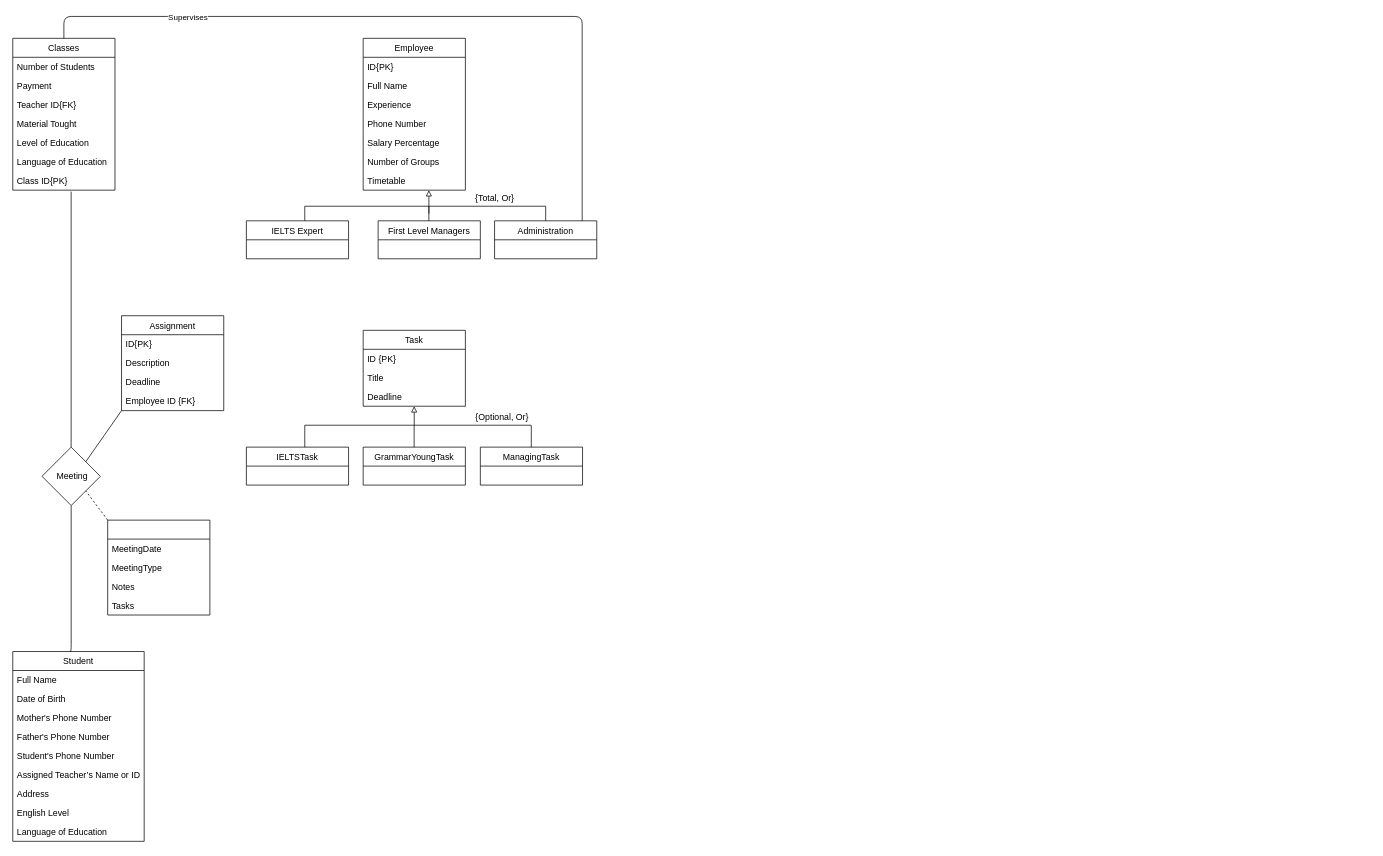
This is Untitled Diagram.drawio from Musharrafbegim/WSEEmailSubs, a draw.io file, before an edit. Source tidied: cells renumbered, new cells numbered last; positions are measured from the earlier drawing's top-left corner, leaving out a move shared by most shapes. Both pictures are drawn from the tidied source at 73%, with x=0, y=0 at pixel (12, 16).
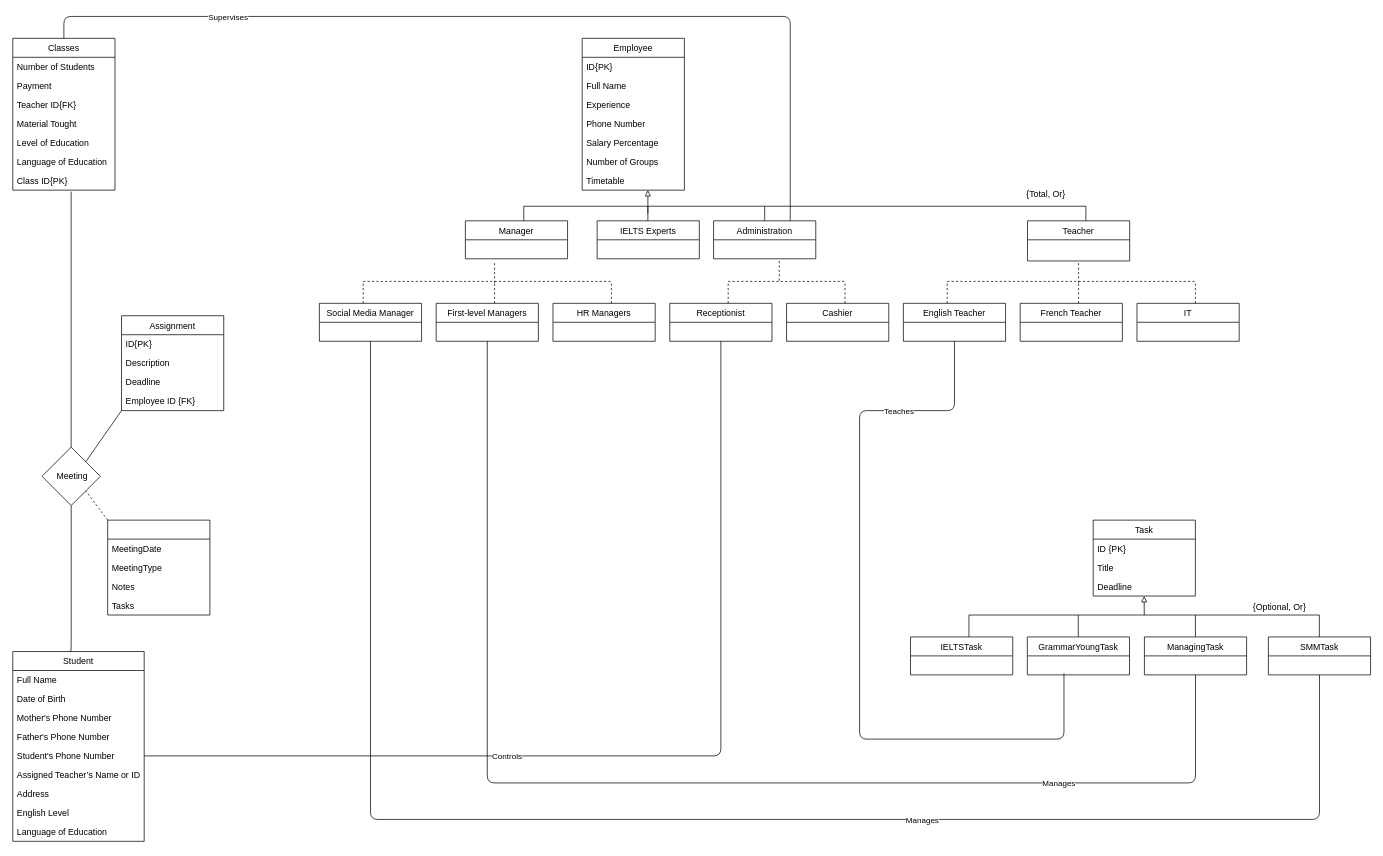
The same diagram, later.

Unchanged cells that the change refers to:
```xml
<mxCell id="7" value="Student's Phone Number" style="text;strokeColor=none;fillColor=none;align=left;verticalAlign=top;spacingLeft=4;spacingRight=4;overflow=hidden;points=[[0,0.5],[1,0.5]];portConstraint=eastwest;" parent="2" vertex="1">
  <mxGeometry y="130" width="180" height="26" as="geometry" />
</mxCell>
<mxCell id="41" value="Classes" style="swimlane;fontStyle=0;horizontal=1;startSize=26;fillColor=none;" parent="1" vertex="1">
  <mxGeometry y="30" width="140" height="208" as="geometry" />
</mxCell>
```

The edit, as a diff of the source:
```diff
@@
     <mxCell id="12" value="IELTSTask" style="swimlane;fontStyle=0;horizontal=1;startSize=26;fillColor=none;" parent="1" vertex="1">
-      <mxGeometry x="320" y="590" width="140" height="52" as="geometry" />
+      <mxGeometry x="1229.8" y="850" width="140" height="52" as="geometry" />
     </mxCell>
     <mxCell id="13" value="GrammarYoungTask" style="swimlane;fontStyle=0;horizontal=1;startSize=26;fillColor=none;" parent="1" vertex="1">
-      <mxGeometry x="480" y="590" width="140" height="52" as="geometry" />
+      <mxGeometry x="1389.8" y="850" width="140" height="52" as="geometry" />
     </mxCell>
     <mxCell id="14" value="ManagingTask" style="swimlane;fontStyle=0;horizontal=1;startSize=26;fillColor=none;" parent="1" vertex="1">
-      <mxGeometry x="640.5" y="590" width="140" height="52" as="geometry" />
+      <mxGeometry x="1550.2" y="850" width="140" height="52" as="geometry" />
     </mxCell>
     <mxCell id="15" value="Task" style="swimlane;fontStyle=0;horizontal=1;startSize=26;fillColor=none;" parent="1" vertex="1">
-      <mxGeometry x="480" y="430" width="140" height="104" as="geometry" />
+      <mxGeometry x="1480" y="690" width="140" height="104" as="geometry" />
     </mxCell>
@@
     <mxCell id="19" value="Employee" style="swimlane;fontStyle=0;horizontal=1;startSize=26;fillColor=none;" parent="1" vertex="1">
-      <mxGeometry x="480" y="30" width="140" height="208" as="geometry" />
+      <mxGeometry x="780" y="30" width="140" height="208" as="geometry" />
     </mxCell>
@@
-    <mxCell id="27" value="IELTS Expert" style="swimlane;fontStyle=0;horizontal=1;startSize=26;fillColor=none;" parent="1" vertex="1">
-      <mxGeometry x="320" y="280" width="140" height="52" as="geometry" />
+    <mxCell id="27" value="Manager" style="swimlane;fontStyle=0;horizontal=1;startSize=26;fillColor=none;" parent="1" vertex="1">
+      <mxGeometry x="620" y="280" width="140" height="52" as="geometry" />
     </mxCell>
     <mxCell id="28" value="Administration" style="swimlane;fontStyle=0;horizontal=1;startSize=26;fillColor=none;" parent="1" vertex="1">
-      <mxGeometry x="660" y="280" width="140" height="52" as="geometry" />
+      <mxGeometry x="960" y="280" width="140" height="52" as="geometry" />
     </mxCell>
-    <mxCell id="29" value="First Level Managers" style="swimlane;fontStyle=0;horizontal=1;startSize=26;fillColor=none;" parent="1" vertex="1">
-      <mxGeometry x="500.5" y="280" width="140" height="52" as="geometry" />
+    <mxCell id="29" value="IELTS Experts" style="swimlane;fontStyle=0;horizontal=1;startSize=26;fillColor=none;" parent="1" vertex="1">
+      <mxGeometry x="800.5" y="280" width="140" height="52" as="geometry" />
     </mxCell>
@@
-    <mxCell id="39" style="edgeStyle=orthogonalEdgeStyle;jettySize=auto;html=1;endArrow=none;endFill=0;" parent="1" edge="1" source="41">
+    <mxCell id="39" style="edgeStyle=orthogonalEdgeStyle;jettySize=auto;html=1;endArrow=none;endFill=0;entryX=0.75;entryY=0;entryDx=0;entryDy=0;" parent="1" edge="1" source="41" target="28">
       <mxGeometry relative="1" as="geometry">
-        <mxPoint x="780" y="280" as="targetPoint" />
         <Array as="points">
           <mxPoint x="70" />
-          <mxPoint x="780" />
+          <mxPoint x="1065" />
         </Array>
       </mxGeometry>
     </mxCell>
@@
     <mxCell id="55" style="endArrow=none;html=1;" parent="1" edge="1">
       <mxGeometry relative="1" as="geometry">
-        <mxPoint x="400" y="560" as="sourcePoint" />
-        <mxPoint x="710" y="560" as="targetPoint" />
+        <mxPoint x="1309.8" y="820" as="sourcePoint" />
+        <mxPoint x="1790" y="820" as="targetPoint" />
       </mxGeometry>
     </mxCell>
     <mxCell id="56" style="endArrow=none;html=1;" parent="1" edge="1">
       <mxGeometry relative="1" as="geometry">
-        <mxPoint x="400" y="590" as="sourcePoint" />
-        <mxPoint x="400" y="560" as="targetPoint" />
+        <mxPoint x="1309.8" y="850" as="sourcePoint" />
+        <mxPoint x="1309.8" y="820" as="targetPoint" />
       </mxGeometry>
     </mxCell>
     <mxCell id="57" style="endArrow=none;html=1;" parent="1" edge="1">
       <mxGeometry relative="1" as="geometry">
-        <mxPoint x="549.8" y="590" as="sourcePoint" />
-        <mxPoint x="549.8" y="560" as="targetPoint" />
+        <mxPoint x="1459.6" y="850" as="sourcePoint" />
+        <mxPoint x="1459.6" y="820" as="targetPoint" />
       </mxGeometry>
     </mxCell>
     <mxCell id="58" style="endArrow=none;html=1;" parent="1" edge="1">
       <mxGeometry relative="1" as="geometry">
-        <mxPoint x="710.3" y="590" as="sourcePoint" />
-        <mxPoint x="710.3" y="560" as="targetPoint" />
+        <mxPoint x="1620.1" y="850" as="sourcePoint" />
+        <mxPoint x="1620.1" y="820" as="targetPoint" />
       </mxGeometry>
     </mxCell>
     <mxCell id="59" style="endArrow=block;html=1;endFill=0;" parent="1" edge="1">
       <mxGeometry relative="1" as="geometry">
-        <mxPoint x="550" y="560" as="sourcePoint" />
-        <mxPoint x="549.8" y="534" as="targetPoint" />
+        <mxPoint x="1550" y="820" as="sourcePoint" />
+        <mxPoint x="1549.8" y="794" as="targetPoint" />
       </mxGeometry>
     </mxCell>
     <mxCell id="60" value="{Optional, Or}" style="text;html=1;align=center;verticalAlign=middle;strokeColor=none;fillColor=none;" parent="1" vertex="1">
-      <mxGeometry x="625" y="540" width="90" height="20" as="geometry" />
+      <mxGeometry x="1690.2" y="800" width="90" height="20" as="geometry" />
     </mxCell>
     <mxCell id="61" style="endArrow=none;html=1;" parent="1" edge="1">
       <mxGeometry relative="1" as="geometry">
-        <mxPoint x="400" y="260" as="sourcePoint" />
-        <mxPoint x="730" y="260" as="targetPoint" />
+        <mxPoint x="700" y="260" as="sourcePoint" />
+        <mxPoint x="1470" y="260" as="targetPoint" />
       </mxGeometry>
     </mxCell>
     <mxCell id="62" style="endArrow=none;html=1;" parent="1" edge="1">
       <mxGeometry relative="1" as="geometry">
-        <mxPoint x="400" y="280" as="sourcePoint" />
-        <mxPoint x="400" y="260" as="targetPoint" />
+        <mxPoint x="700" y="280" as="sourcePoint" />
+        <mxPoint x="700" y="260" as="targetPoint" />
       </mxGeometry>
     </mxCell>
     <mxCell id="63" style="endArrow=none;html=1;" parent="1" edge="1">
       <mxGeometry relative="1" as="geometry">
-        <mxPoint x="570" y="280" as="sourcePoint" />
-        <mxPoint x="570" y="260" as="targetPoint" />
+        <mxPoint x="870" y="280" as="sourcePoint" />
+        <mxPoint x="870" y="260" as="targetPoint" />
       </mxGeometry>
     </mxCell>
     <mxCell id="64" style="endArrow=none;html=1;" parent="1" edge="1">
       <mxGeometry relative="1" as="geometry">
-        <mxPoint x="730" y="280" as="sourcePoint" />
-        <mxPoint x="730" y="260" as="targetPoint" />
+        <mxPoint x="1030" y="280" as="sourcePoint" />
+        <mxPoint x="1030" y="260" as="targetPoint" />
       </mxGeometry>
     </mxCell>
     <mxCell id="65" style="endArrow=block;html=1;endFill=0;" parent="1" edge="1">
       <mxGeometry relative="1" as="geometry">
-        <mxPoint x="570" y="270" as="sourcePoint" />
-        <mxPoint x="570" y="238" as="targetPoint" />
+        <mxPoint x="870" y="270" as="sourcePoint" />
+        <mxPoint x="870" y="238" as="targetPoint" />
       </mxGeometry>
     </mxCell>
     <mxCell id="66" value="{Total, Or}" style="text;html=1;align=center;verticalAlign=middle;strokeColor=none;fillColor=none;" parent="1" vertex="1">
-      <mxGeometry x="625" y="240" width="70" height="20" as="geometry" />
+      <mxGeometry x="1380" y="234" width="70" height="20" as="geometry" />
     </mxCell>
+    <mxCell id="67" value="Teacher" style="swimlane;fontStyle=0;horizontal=1;startSize=26;fillColor=none;" parent="1" vertex="1">
+      <mxGeometry x="1390" y="280" width="140" height="55" as="geometry" />
+    </mxCell>
+    <mxCell id="68" value="Social Media Manager" style="swimlane;fontStyle=0;horizontal=1;startSize=26;fillColor=none;" parent="1" vertex="1">
+      <mxGeometry x="420" y="393" width="140" height="52" as="geometry" />
+    </mxCell>
+    <mxCell id="69" style="edgeStyle=orthogonalEdgeStyle;curved=0;rounded=1;sketch=0;jettySize=auto;html=1;entryX=0.5;entryY=1;entryDx=0;entryDy=0;endArrow=none;endFill=0;" parent="1" edge="1" source="71" target="14">
+      <mxGeometry relative="1" as="geometry">
+        <Array as="points">
+          <mxPoint x="650" y="1050" />
+          <mxPoint x="1620" y="1050" />
+        </Array>
+      </mxGeometry>
+    </mxCell>
+    <mxCell id="70" value="Manages" style="edgeLabel;html=1;align=center;verticalAlign=middle;" parent="69" vertex="1">
+      <mxGeometry x="0.61" relative="1" as="geometry" />
+    </mxCell>
+    <mxCell id="71" value="First-level Managers" style="swimlane;fontStyle=0;horizontal=1;startSize=26;fillColor=none;" parent="1" vertex="1">
+      <mxGeometry x="580" y="393" width="140" height="52" as="geometry" />
+    </mxCell>
+    <mxCell id="72" value="HR Managers" style="swimlane;fontStyle=0;horizontal=1;startSize=26;fillColor=none;" parent="1" vertex="1">
+      <mxGeometry x="740" y="393" width="140" height="52" as="geometry" />
+    </mxCell>
+    <mxCell id="73" style="endArrow=none;dashed=1;html=1;" parent="1" edge="1">
+      <mxGeometry relative="1" as="geometry">
+        <mxPoint x="480" y="363" as="sourcePoint" />
+        <mxPoint x="820" y="363" as="targetPoint" />
+      </mxGeometry>
+    </mxCell>
+    <mxCell id="74" style="endArrow=none;dashed=1;html=1;" parent="1" edge="1">
+      <mxGeometry relative="1" as="geometry">
+        <mxPoint x="480" y="393" as="sourcePoint" />
+        <mxPoint x="480" y="363" as="targetPoint" />
+      </mxGeometry>
+    </mxCell>
+    <mxCell id="75" style="endArrow=none;dashed=1;html=1;" parent="1" edge="1">
+      <mxGeometry relative="1" as="geometry">
+        <mxPoint x="660" y="393" as="sourcePoint" />
+        <mxPoint x="660" y="363" as="targetPoint" />
+      </mxGeometry>
+    </mxCell>
+    <mxCell id="76" style="endArrow=none;dashed=1;html=1;" parent="1" edge="1">
+      <mxGeometry relative="1" as="geometry">
+        <mxPoint x="820" y="393" as="sourcePoint" />
+        <mxPoint x="820" y="363" as="targetPoint" />
+      </mxGeometry>
+    </mxCell>
+    <mxCell id="77" style="endArrow=none;dashed=1;html=1;" parent="1" edge="1">
+      <mxGeometry relative="1" as="geometry">
+        <mxPoint x="660" y="365" as="sourcePoint" />
+        <mxPoint x="660" y="335" as="targetPoint" />
+      </mxGeometry>
+    </mxCell>
+    <mxCell id="78" style="edgeStyle=orthogonalEdgeStyle;curved=0;rounded=1;sketch=0;jettySize=auto;html=1;entryX=1;entryY=0.5;entryDx=0;entryDy=0;endArrow=none;endFill=0;" parent="1" edge="1" source="80" target="7">
+      <mxGeometry relative="1" as="geometry" />
+    </mxCell>
+    <mxCell id="79" value="Controls" style="edgeLabel;html=1;align=center;verticalAlign=middle;" parent="78" vertex="1">
+      <mxGeometry x="0.27" relative="1" as="geometry" />
+    </mxCell>
+    <mxCell id="80" value="Receptionist" style="swimlane;fontStyle=0;horizontal=1;startSize=26;fillColor=none;" parent="1" vertex="1">
+      <mxGeometry x="900" y="393" width="140" height="52" as="geometry" />
+    </mxCell>
+    <mxCell id="81" value="Cashier" style="swimlane;fontStyle=0;horizontal=1;startSize=26;fillColor=none;" parent="1" vertex="1">
+      <mxGeometry x="1060" y="393" width="140" height="52" as="geometry" />
+    </mxCell>
+    <mxCell id="82" style="endArrow=none;dashed=1;html=1;" parent="1" edge="1">
+      <mxGeometry relative="1" as="geometry">
+        <mxPoint x="980" y="363" as="sourcePoint" />
+        <mxPoint x="1140" y="363" as="targetPoint" />
+      </mxGeometry>
+    </mxCell>
+    <mxCell id="83" style="endArrow=none;dashed=1;html=1;" parent="1" edge="1">
+      <mxGeometry relative="1" as="geometry">
+        <mxPoint x="980" y="393" as="sourcePoint" />
+        <mxPoint x="980" y="363" as="targetPoint" />
+      </mxGeometry>
+    </mxCell>
+    <mxCell id="84" style="endArrow=none;dashed=1;html=1;" parent="1" edge="1">
+      <mxGeometry relative="1" as="geometry">
+        <mxPoint x="1140" y="393" as="sourcePoint" />
+        <mxPoint x="1140" y="363" as="targetPoint" />
+      </mxGeometry>
+    </mxCell>
+    <mxCell id="85" style="endArrow=none;dashed=1;html=1;" parent="1" edge="1">
+      <mxGeometry relative="1" as="geometry">
+        <mxPoint x="1050" y="362" as="sourcePoint" />
+        <mxPoint x="1050" y="332" as="targetPoint" />
+      </mxGeometry>
+    </mxCell>
+    <mxCell id="86" style="edgeStyle=orthogonalEdgeStyle;curved=0;rounded=1;sketch=0;jettySize=auto;html=1;endArrow=none;endFill=0;" parent="1" edge="1" source="88">
+      <mxGeometry relative="1" as="geometry">
+        <mxPoint x="1440" y="900" as="targetPoint" />
+        <Array as="points">
+          <mxPoint x="1290" y="540" />
+          <mxPoint x="1160" y="540" />
+          <mxPoint x="1160" y="990" />
+          <mxPoint x="1440" y="990" />
+        </Array>
+      </mxGeometry>
+    </mxCell>
+    <mxCell id="87" value="Teaches" style="edgeLabel;html=1;align=center;verticalAlign=middle;" parent="86" vertex="1">
+      <mxGeometry x="-0.67" relative="1" as="geometry" />
+    </mxCell>
+    <mxCell id="88" value="English Teacher" style="swimlane;fontStyle=0;horizontal=1;startSize=26;fillColor=none;" parent="1" vertex="1">
+      <mxGeometry x="1220" y="393" width="140" height="52" as="geometry" />
+    </mxCell>
+    <mxCell id="89" value="French Teacher" style="swimlane;fontStyle=0;horizontal=1;startSize=26;fillColor=none;" parent="1" vertex="1">
+      <mxGeometry x="1380" y="393" width="140" height="52" as="geometry" />
+    </mxCell>
+    <mxCell id="90" value="IT" style="swimlane;fontStyle=0;horizontal=1;startSize=26;fillColor=none;" parent="1" vertex="1">
+      <mxGeometry x="1540" y="393" width="140" height="52" as="geometry" />
+    </mxCell>
+    <mxCell id="91" style="endArrow=none;dashed=1;html=1;" parent="1" edge="1">
+      <mxGeometry relative="1" as="geometry">
+        <mxPoint x="1280" y="363" as="sourcePoint" />
+        <mxPoint x="1620" y="363" as="targetPoint" />
+      </mxGeometry>
+    </mxCell>
+    <mxCell id="92" style="endArrow=none;dashed=1;html=1;" parent="1" edge="1">
+      <mxGeometry relative="1" as="geometry">
+        <mxPoint x="1280" y="393" as="sourcePoint" />
+        <mxPoint x="1280" y="363" as="targetPoint" />
+      </mxGeometry>
+    </mxCell>
+    <mxCell id="93" style="endArrow=none;dashed=1;html=1;" parent="1" edge="1">
+      <mxGeometry relative="1" as="geometry">
+        <mxPoint x="1460" y="393" as="sourcePoint" />
+        <mxPoint x="1460" y="363" as="targetPoint" />
+      </mxGeometry>
+    </mxCell>
+    <mxCell id="94" style="endArrow=none;dashed=1;html=1;" parent="1" edge="1">
+      <mxGeometry relative="1" as="geometry">
+        <mxPoint x="1620" y="393" as="sourcePoint" />
+        <mxPoint x="1620" y="363" as="targetPoint" />
+      </mxGeometry>
+    </mxCell>
+    <mxCell id="95" style="endArrow=none;dashed=1;html=1;" parent="1" edge="1">
+      <mxGeometry relative="1" as="geometry">
+        <mxPoint x="1460" y="365" as="sourcePoint" />
+        <mxPoint x="1460" y="335" as="targetPoint" />
+      </mxGeometry>
+    </mxCell>
+    <mxCell id="96" style="endArrow=none;html=1;" parent="1" edge="1">
+      <mxGeometry relative="1" as="geometry">
+        <mxPoint x="1470" y="280" as="sourcePoint" />
+        <mxPoint x="1470" y="260" as="targetPoint" />
+      </mxGeometry>
+    </mxCell>
+    <mxCell id="97" style="edgeStyle=orthogonalEdgeStyle;curved=0;rounded=1;sketch=0;jettySize=auto;html=1;entryX=0.5;entryY=1;entryDx=0;entryDy=0;endArrow=none;endFill=0;" parent="1" edge="1" source="99" target="68">
+      <mxGeometry relative="1" as="geometry">
+        <Array as="points">
+          <mxPoint x="1790" y="1100" />
+          <mxPoint x="490" y="1100" />
+        </Array>
+      </mxGeometry>
+    </mxCell>
+    <mxCell id="98" value="Manages" style="edgeLabel;html=1;align=center;verticalAlign=middle;" parent="97" vertex="1">
+      <mxGeometry x="-0.31" relative="1" as="geometry" />
+    </mxCell>
+    <mxCell id="99" value="SMMTask" style="swimlane;fontStyle=0;horizontal=1;startSize=26;fillColor=none;" parent="1" vertex="1">
+      <mxGeometry x="1720" y="850" width="140" height="52" as="geometry" />
+    </mxCell>
+    <mxCell id="100" style="endArrow=none;html=1;" parent="1" edge="1">
+      <mxGeometry relative="1" as="geometry">
+        <mxPoint x="1789.8" y="850" as="sourcePoint" />
+        <mxPoint x="1789.8" y="820" as="targetPoint" />
+      </mxGeometry>
+    </mxCell>
```
